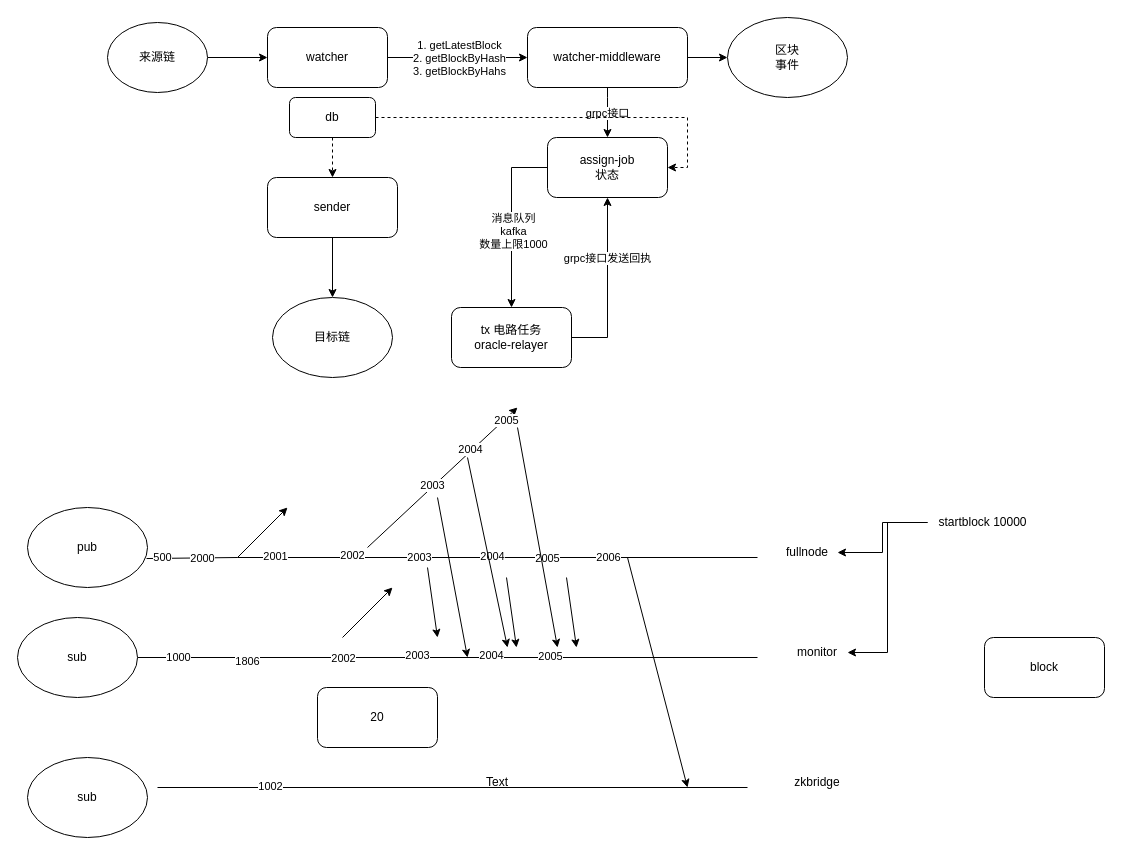
chixiaowen/drawio keeps this draw.io diagram as refactor-relayer.drawio. Above is the earlier version. Source tidied: cells renumbered, new cells numbered last; positions are measured from the earlier drawing's top-left corner, leaving out a move shared by most shapes. Both pictures are drawn from the tidied source at 100%, with x=0, y=0 at pixel (17, 17).
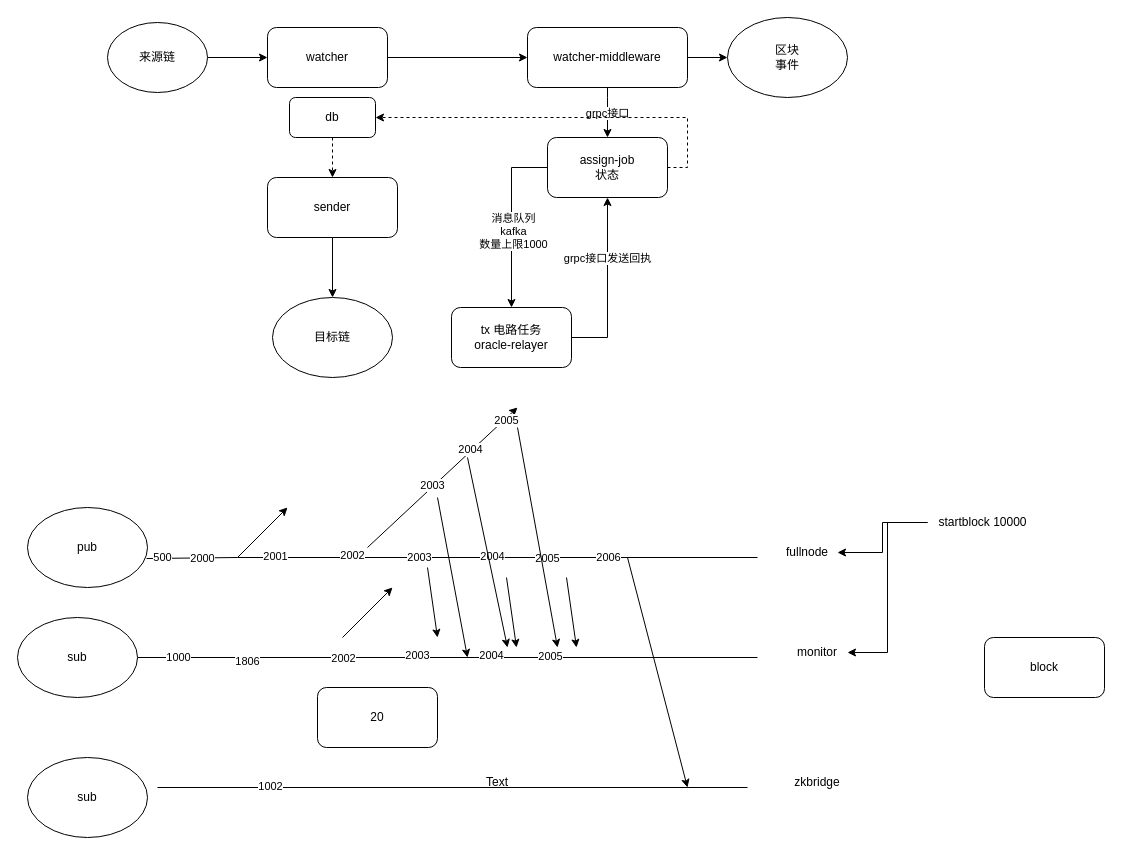
The same diagram, later.

The change refers to these unchanged cells:
```xml
<mxCell id="2" style="edgeStyle=orthogonalEdgeStyle;rounded=0;jettySize=auto;html=1;" parent="1" edge="1" source="4" target="8">
  <mxGeometry relative="1" as="geometry" />
</mxCell>
<mxCell id="11" value="assign-job&lt;br&gt;状态" style="rounded=1;whiteSpace=wrap;html=1;" parent="1" vertex="1">
  <mxGeometry x="530" y="120" width="120" height="60" as="geometry" />
</mxCell>
<mxCell id="18" value="db" style="rounded=1;whiteSpace=wrap;html=1;" parent="1" vertex="1">
  <mxGeometry x="272" y="80" width="86" height="40" as="geometry" />
</mxCell>
```

Diff of the diagram source:
```diff
@@
-    <mxCell id="3" value="1. getLatestBlock&lt;br&gt;2. getBlockByHash&lt;br&gt;3. getBlockByHahs" style="edgeLabel;html=1;align=center;verticalAlign=middle;" parent="2" vertex="1">
-      <mxGeometry x="0.01" relative="1" as="geometry" />
-    </mxCell>
@@
+    <mxCell id="67" style="edgeStyle=orthogonalEdgeStyle;rounded=0;jettySize=auto;html=1;exitX=1;exitY=0.5;exitDx=0;exitDy=0;entryX=1;entryY=0.5;entryDx=0;entryDy=0;dashed=1;" parent="1" edge="1" source="11" target="18">
+      <mxGeometry relative="1" as="geometry" />
+    </mxCell>
@@
-    <mxCell id="17" style="edgeStyle=orthogonalEdgeStyle;rounded=0;jettySize=auto;html=1;exitX=1;exitY=0.5;exitDx=0;exitDy=0;entryX=1;entryY=0.5;entryDx=0;entryDy=0;dashed=1;" parent="1" edge="1" source="18" target="11">
-      <mxGeometry relative="1" as="geometry" />
-    </mxCell>
```
